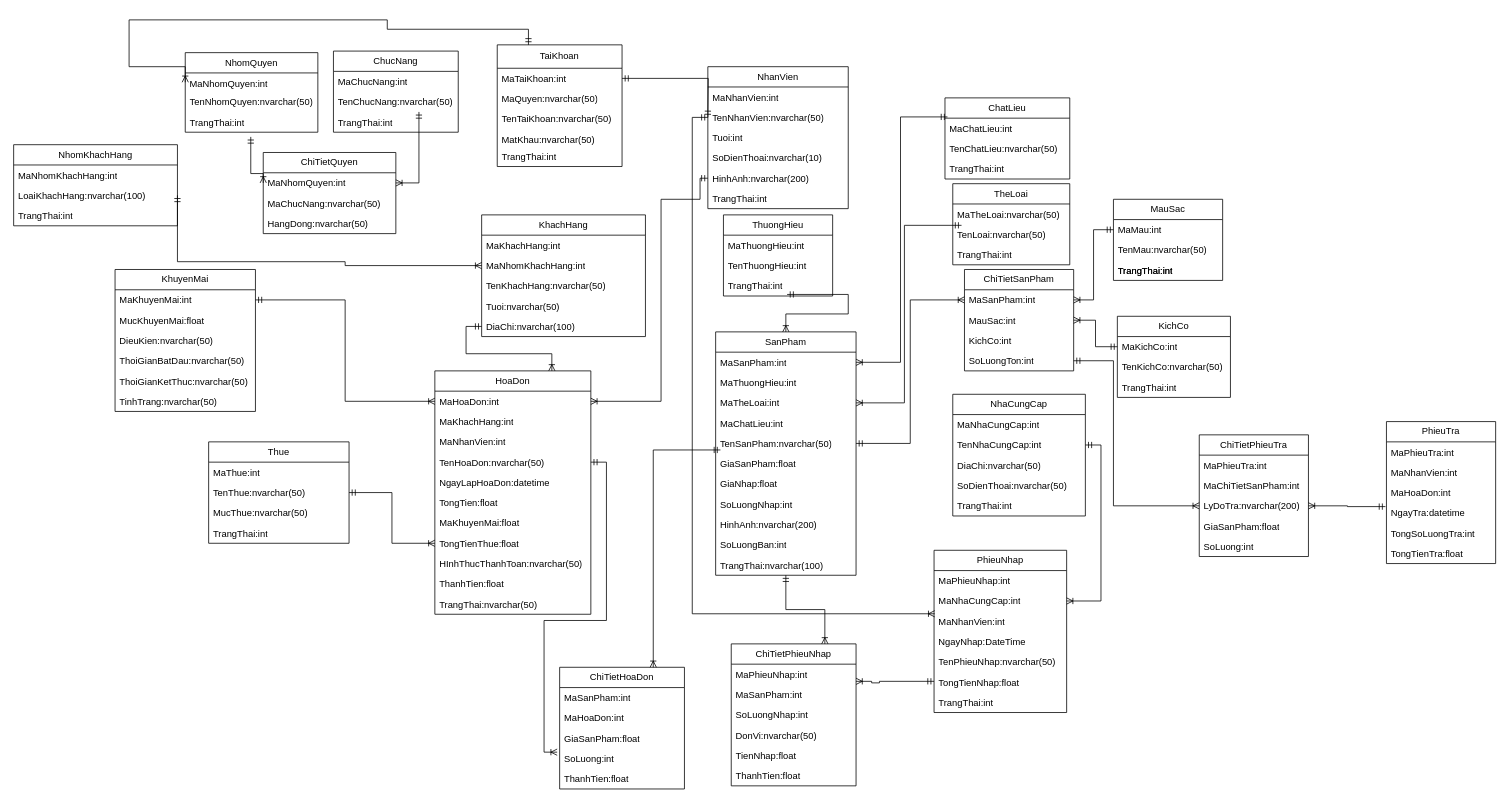
maivantai2003/Database keeps this draw.io diagram as Biểu đồ không có tiêu đề (1).drawio. Above is the earlier version. Source tidied: cells renumbered, new cells numbered last; positions are measured from the earlier drawing's top-left corner, leaving out a move shared by most shapes. Both pictures are drawn from the tidied source at 78%, with x=0, y=0 at pixel (13, 20).
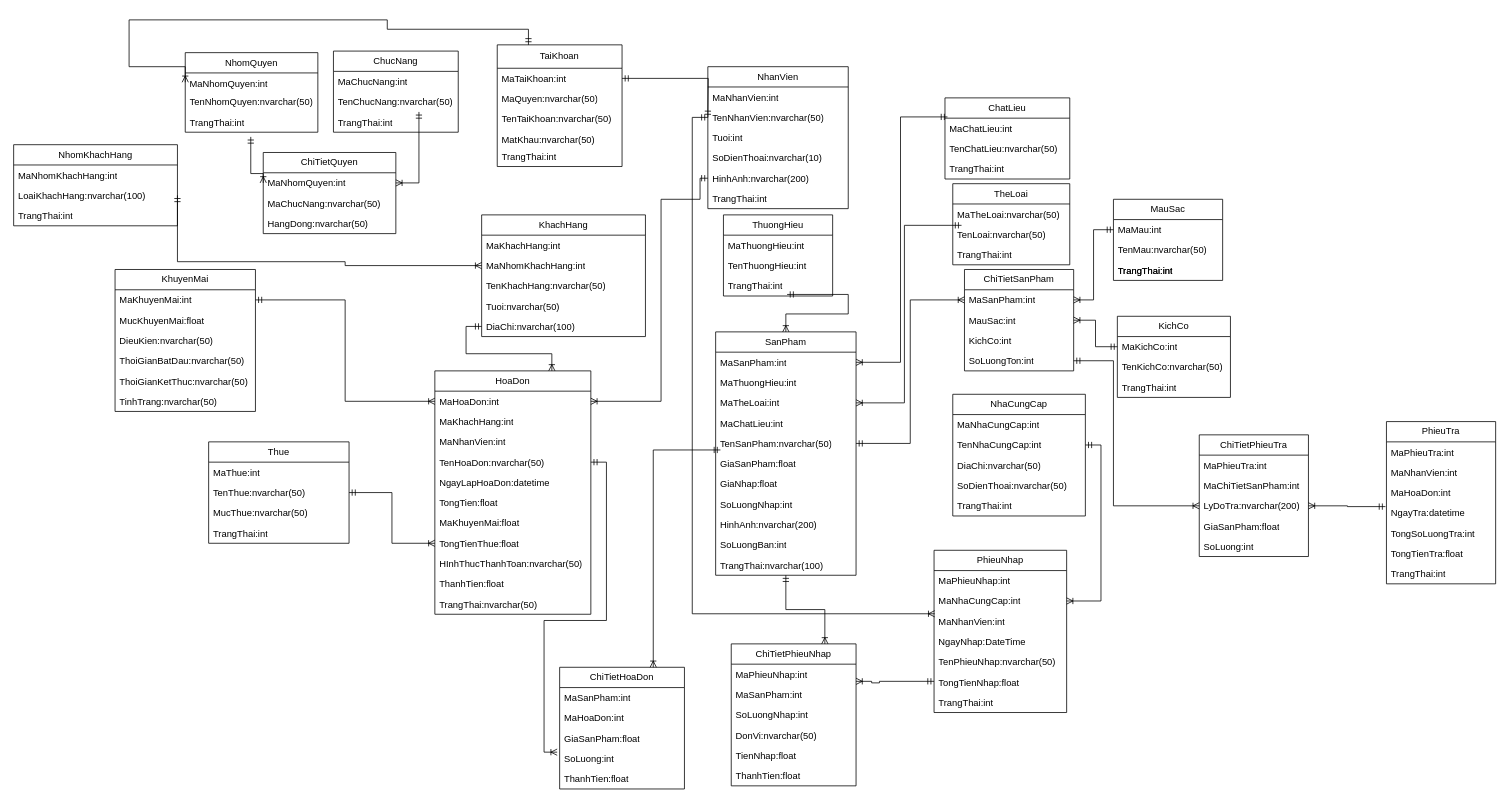
After the change.

Commit message:
Cập nhật Biểu đồ không có tiêu đề (1).drawio

What changed in the source:
```diff
@@
     <mxCell id="147" value="PhieuTra" style="swimlane;fontStyle=0;horizontal=1;startSize=26;fillColor=none;whiteSpace=wrap;html=1;" parent="1" vertex="1">
-      <mxGeometry x="1760" y="515" width="140" height="182" as="geometry" />
+      <mxGeometry x="1760" y="515" width="140" height="208" as="geometry" />
     </mxCell>
@@
+    <mxCell id="162" value="TrangThai:int" style="text;strokeColor=none;fillColor=none;align=left;verticalAlign=top;spacingLeft=4;spacingRight=4;overflow=hidden;whiteSpace=wrap;html=1;" parent="147" vertex="1">
+      <mxGeometry y="182" width="140" height="26" as="geometry" />
+    </mxCell>
```
